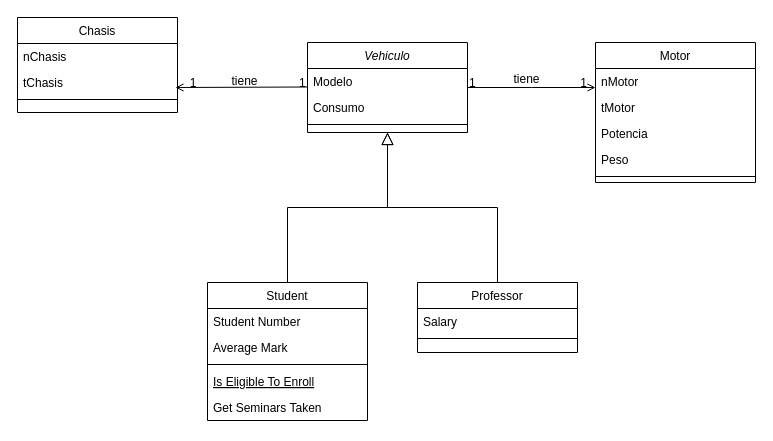
Earlier version of the draw.io diagram workshop-1/Diagrama de Clases: workshop-1.drawio (He1JM/ModelosI2024-1Talleres). Source tidied: cells renumbered, new cells numbered last; positions are measured from the earlier drawing's top-left corner, leaving out a move shared by most shapes. Both pictures are drawn from the tidied source at 100%, with x=0, y=0 at pixel (17, 17).
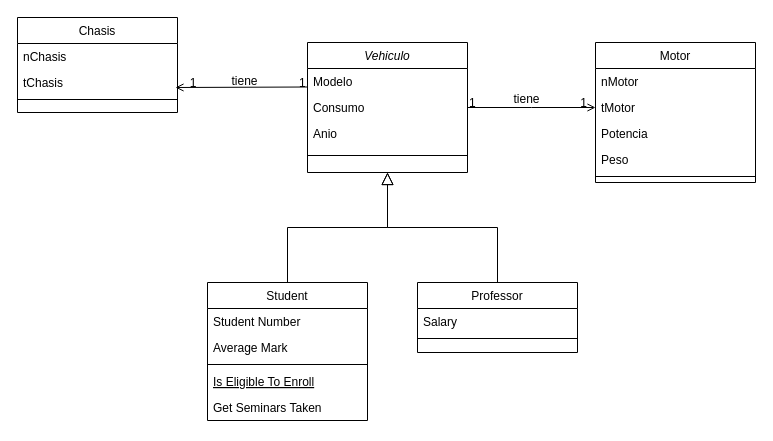
After the change.

The edit, as a diff of the source:
```diff
@@
     <mxCell id="2" value="Vehiculo" style="swimlane;fontStyle=2;align=center;verticalAlign=top;horizontal=1;startSize=26;rounded=0;shadow=0;strokeWidth=1;" parent="1" vertex="1">
-      <mxGeometry x="290" y="25" width="160" height="90" as="geometry" />
+      <mxGeometry x="290" y="25" width="160" height="130" as="geometry" />
     </mxCell>
@@
+    <mxCell id="35" value="Anio" style="text;align=left;verticalAlign=top;spacingLeft=4;spacingRight=4;overflow=hidden;rounded=0;shadow=0;html=0;" parent="2" vertex="1">
+      <mxGeometry y="78" width="160" height="26" as="geometry" />
+    </mxCell>
     <mxCell id="5" style="line;html=1;strokeWidth=1;align=left;verticalAlign=middle;spacingTop=-1;spacingLeft=3;spacingRight=3;labelPosition=right;" parent="2" vertex="1">
-      <mxGeometry y="78" width="160" height="8" as="geometry" />
+      <mxGeometry y="104" width="160" height="18" as="geometry" />
     </mxCell>
```
